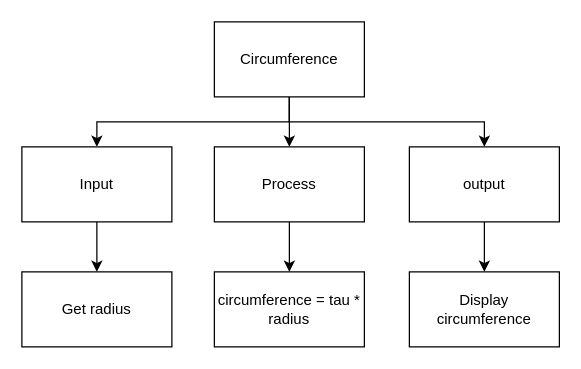
Above: page "Top Down" (1 of 2) of design.drawio in Samuel-Webster-178/ICS3U-Assignment-06-Python (draw.io), before the change. Source tidied: cells renumbered, new cells numbered last; positions are measured from the earlier drawing's top-left corner, leaving out a move shared by most shapes. Both pictures are drawn from the tidied source at 125%, with x=0, y=0 at pixel (21, 21).
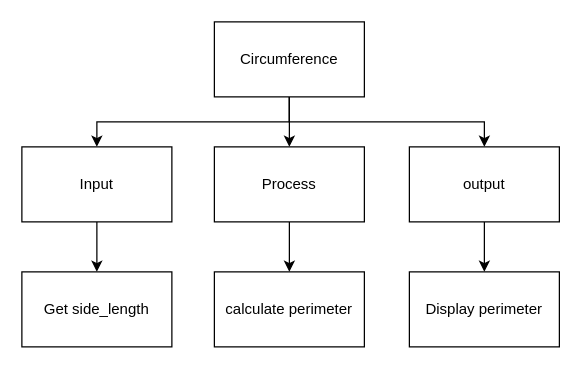
The same diagram, later.

The edit, as a diff of the source:
```diff
@@
 <mxGraphModel>
   <root>
     <mxCell id="0" />
     <mxCell id="1" parent="0" />
     <mxCell id="2" style="edgeStyle=none;html=1;" parent="1" edge="1" source="5" target="9">
       <mxGeometry relative="1" as="geometry" />
     </mxCell>
     <mxCell id="3" style="edgeStyle=orthogonalEdgeStyle;html=1;entryX=0.5;entryY=0;entryDx=0;entryDy=0;rounded=0;" parent="1" edge="1" source="5" target="7">
       <mxGeometry relative="1" as="geometry">
         <Array as="points">
           <mxPoint x="214" y="80" />
           <mxPoint x="60" y="80" />
         </Array>
       </mxGeometry>
     </mxCell>
     <mxCell id="4" style="edgeStyle=orthogonalEdgeStyle;html=1;entryX=0.5;entryY=0;entryDx=0;entryDy=0;rounded=0;" parent="1" edge="1" source="5" target="11">
       <mxGeometry relative="1" as="geometry">
         <Array as="points">
           <mxPoint x="214" y="80" />
           <mxPoint x="370" y="80" />
         </Array>
       </mxGeometry>
     </mxCell>
     <mxCell id="5" value="Circumference" style="rounded=0;whiteSpace=wrap;html=1;" parent="1" vertex="1">
       <mxGeometry x="154" width="120" height="60" as="geometry" />
     </mxCell>
     <mxCell id="6" style="edgeStyle=orthogonalEdgeStyle;rounded=0;html=1;" parent="1" edge="1" source="7" target="12">
       <mxGeometry relative="1" as="geometry" />
     </mxCell>
     <mxCell id="7" value="Input" style="rounded=0;whiteSpace=wrap;html=1;" parent="1" vertex="1">
       <mxGeometry y="100" width="120" height="60" as="geometry" />
     </mxCell>
     <mxCell id="8" style="edgeStyle=orthogonalEdgeStyle;rounded=0;html=1;" parent="1" edge="1" source="9" target="13">
       <mxGeometry relative="1" as="geometry" />
     </mxCell>
     <mxCell id="9" value="Process" style="rounded=0;whiteSpace=wrap;html=1;" parent="1" vertex="1">
       <mxGeometry x="154" y="100" width="120" height="60" as="geometry" />
     </mxCell>
     <mxCell id="10" style="edgeStyle=orthogonalEdgeStyle;rounded=0;html=1;" parent="1" edge="1" source="11" target="14">
       <mxGeometry relative="1" as="geometry" />
     </mxCell>
     <mxCell id="11" value="output" style="rounded=0;whiteSpace=wrap;html=1;" parent="1" vertex="1">
       <mxGeometry x="310" y="100" width="120" height="60" as="geometry" />
     </mxCell>
-    <mxCell id="12" value="Get radius" style="rounded=0;whiteSpace=wrap;html=1;" parent="1" vertex="1">
+    <mxCell id="12" value="Get side_length" style="rounded=0;whiteSpace=wrap;html=1;" parent="1" vertex="1">
       <mxGeometry y="200" width="120" height="60" as="geometry" />
     </mxCell>
-    <mxCell id="13" value="circumference = tau * radius" style="rounded=0;whiteSpace=wrap;html=1;" parent="1" vertex="1">
+    <mxCell id="13" value="calculate perimeter" style="rounded=0;whiteSpace=wrap;html=1;" parent="1" vertex="1">
       <mxGeometry x="154" y="200" width="120" height="60" as="geometry" />
     </mxCell>
-    <mxCell id="14" value="Display circumference" style="rounded=0;whiteSpace=wrap;html=1;" parent="1" vertex="1">
+    <mxCell id="14" value="Display perimeter" style="rounded=0;whiteSpace=wrap;html=1;" parent="1" vertex="1">
       <mxGeometry x="310" y="200" width="120" height="60" as="geometry" />
     </mxCell>
   </root>
 </mxGraphModel>
```
